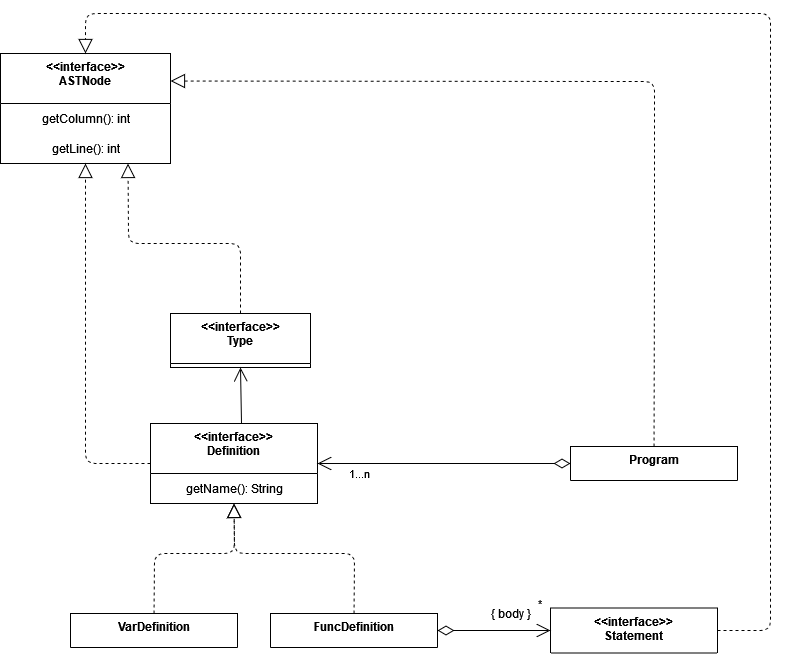
Before: program.drawio.png, a diagram exported from draw.io (uo265488/DLP). Source tidied: cells renumbered, new cells last; positions are measured from the earlier drawing's top-left corner, leaving out a move shared by most shapes.
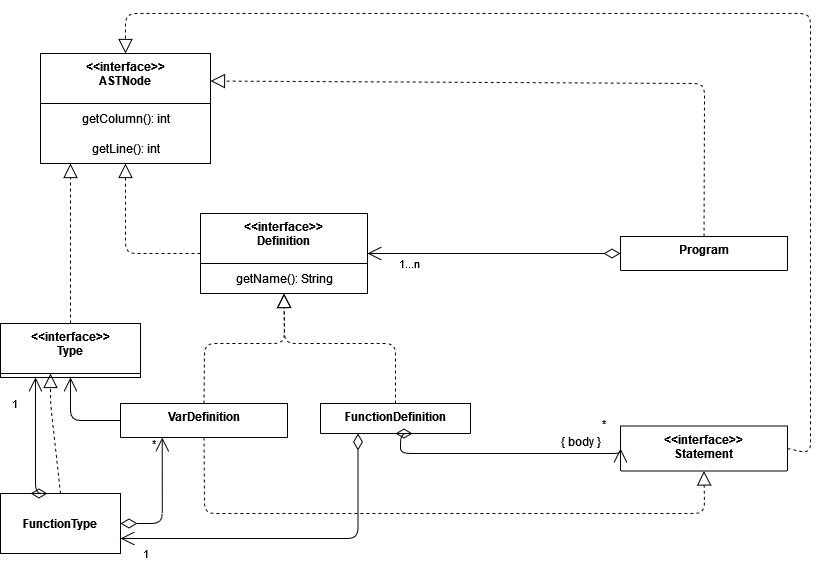
Later version of the same file.

The edit, as a diff of the source:
```diff
@@ -2,8 +2,12 @@
   <root>
     <mxCell id="0" />
     <mxCell id="1" parent="0" />
-    <mxCell id="2" style="endArrow=open;endFill=1;endSize=12;html=1;exitX=0.545;exitY=0.013;exitDx=0;exitDy=0;entryX=0.5;entryY=1;entryDx=0;entryDy=0;exitPerimeter=0;" parent="1" edge="1" source="4" target="11">
-      <mxGeometry relative="1" as="geometry" />
+    <mxCell id="2" style="endArrow=open;endFill=1;endSize=12;html=1;exitX=0;exitY=0.5;exitDx=0;exitDy=0;entryX=0.5;entryY=1;entryDx=0;entryDy=0;" parent="1" edge="1" source="8" target="11">
+      <mxGeometry relative="1" as="geometry">
+        <Array as="points">
+          <mxPoint x="20" y="617" />
+        </Array>
+      </mxGeometry>
     </mxCell>
     <mxCell id="3" value="Program" style="swimlane;fontStyle=1;align=center;verticalAlign=top;horizontal=1;startSize=34;" parent="1" vertex="1">
       <mxGeometry x="570" y="433" width="167" height="34" as="geometry" />
@@ -22,8 +26,8 @@
         </Array>
       </mxGeometry>
     </mxCell>
-    <mxCell id="7" value="FuncDefinition" style="swimlane;fontStyle=1;align=center;verticalAlign=top;horizontal=1;startSize=34;" parent="1" vertex="1">
-      <mxGeometry x="270" y="600" width="167" height="34" as="geometry" />
+    <mxCell id="7" value="FunctionDefinition" style="swimlane;fontStyle=1;align=center;verticalAlign=top;horizontal=1;startSize=34;" parent="1" vertex="1">
+      <mxGeometry x="270" y="600" width="150" height="30" as="geometry" />
     </mxCell>
     <mxCell id="8" value="VarDefinition" style="swimlane;fontStyle=1;align=center;verticalAlign=top;horizontal=1;startSize=34;" parent="1" vertex="1">
       <mxGeometry x="70" y="600" width="167" height="34" as="geometry" />
@@ -39,27 +43,36 @@
     <mxCell id="10" style="endArrow=block;dashed=1;endFill=0;endSize=12;html=1;exitX=0.5;exitY=0;exitDx=0;exitDy=0;entryX=0.5;entryY=1;entryDx=0;entryDy=0;" parent="1" edge="1" source="7" target="4">
       <mxGeometry relative="1" as="geometry">
         <Array as="points">
-          <mxPoint x="354" y="540" />
+          <mxPoint x="345" y="540" />
           <mxPoint x="234" y="540" />
         </Array>
       </mxGeometry>
     </mxCell>
     <mxCell id="11" value="&lt;&lt;interface&gt;&gt;&#10;Type&#10;" style="swimlane;fontStyle=1;align=center;verticalAlign=top;horizontal=1;startSize=50;" parent="1" vertex="1">
-      <mxGeometry x="170" y="300" width="140" height="54" as="geometry" />
+      <mxGeometry x="-50" y="520" width="140" height="54" as="geometry" />
     </mxCell>
     <mxCell id="12" value="&lt;&lt;interface&gt;&gt;&#10;Statement&#10;" style="swimlane;fontStyle=1;align=center;verticalAlign=top;horizontal=1;startSize=80;" parent="1" vertex="1">
-      <mxGeometry x="550" y="594.5" width="167" height="45" as="geometry" />
+      <mxGeometry x="570" y="622.5" width="167" height="45" as="geometry" />
     </mxCell>
-    <mxCell id="13" value="*" style="endArrow=open;html=1;endSize=12;startArrow=diamondThin;startSize=14;startFill=0;edgeStyle=orthogonalEdgeStyle;align=left;verticalAlign=bottom;entryX=0;entryY=0.5;entryDx=0;entryDy=0;exitX=1;exitY=0.5;exitDx=0;exitDy=0;" parent="1" edge="1" source="7" target="12">
-      <mxGeometry x="0.75" y="17" relative="1" as="geometry">
+    <mxCell id="13" value="*" style="endArrow=open;html=1;endSize=12;startArrow=diamondThin;startSize=14;startFill=0;edgeStyle=orthogonalEdgeStyle;align=left;verticalAlign=bottom;entryX=0;entryY=0.5;entryDx=0;entryDy=0;exitX=0.5;exitY=1;exitDx=0;exitDy=0;" parent="1" edge="1" source="7" target="12">
+      <mxGeometry x="0.8" y="20" relative="1" as="geometry">
         <Array as="points">
-          <mxPoint x="470" y="617" />
-          <mxPoint x="470" y="617" />
+          <mxPoint x="350" y="630" />
+          <mxPoint x="350" y="650" />
+          <mxPoint x="570" y="650" />
         </Array>
       </mxGeometry>
     </mxCell>
+    <mxCell id="22" style="endArrow=block;dashed=1;endFill=0;endSize=12;html=1;exitX=0.5;exitY=1;exitDx=0;exitDy=0;entryX=0.5;entryY=1;entryDx=0;entryDy=0;" parent="1" edge="1" source="8" target="12">
+      <mxGeometry relative="1" as="geometry">
+        <Array as="points">
+          <mxPoint x="154" y="710" />
+          <mxPoint x="654" y="710" />
+        </Array>
+      </mxGeometry>
+    </mxCell>
     <mxCell id="14" value="&lt;&lt;interface&gt;&gt;&#10;ASTNode&#10;" style="swimlane;fontStyle=1;align=center;verticalAlign=top;horizontal=1;startSize=50;" parent="1" vertex="1">
-      <mxGeometry y="40" width="170" height="110" as="geometry" />
+      <mxGeometry x="-10" y="250" width="170" height="110" as="geometry" />
     </mxCell>
     <mxCell id="15" value="getColumn(): int" style="text;html=1;align=center;verticalAlign=middle;strokeColor=none;fillColor=none;" parent="14" vertex="1">
       <mxGeometry y="50" width="170" height="30" as="geometry" />
@@ -70,37 +83,68 @@
     <mxCell id="17" style="endArrow=block;dashed=1;endFill=0;endSize=12;html=1;exitX=0;exitY=0.5;exitDx=0;exitDy=0;entryX=0.5;entryY=1;entryDx=0;entryDy=0;" parent="1" edge="1" source="4" target="14">
       <mxGeometry relative="1" as="geometry">
         <Array as="points">
-          <mxPoint x="85" y="450" />
+          <mxPoint x="75" y="450" />
         </Array>
       </mxGeometry>
     </mxCell>
-    <mxCell id="18" style="endArrow=block;dashed=1;endFill=0;endSize=12;html=1;exitX=0.5;exitY=0;exitDx=0;exitDy=0;entryX=0.75;entryY=1;entryDx=0;entryDy=0;" parent="1" edge="1" source="11" target="14">
+    <mxCell id="18" style="endArrow=block;dashed=1;endFill=0;endSize=12;html=1;exitX=0.5;exitY=0;exitDx=0;exitDy=0;" parent="1" edge="1" source="11">
       <mxGeometry relative="1" as="geometry">
+        <mxPoint x="20" y="360" as="targetPoint" />
         <Array as="points">
-          <mxPoint x="240" y="230" />
-          <mxPoint x="128" y="230" />
+          <mxPoint x="20" y="440" />
         </Array>
       </mxGeometry>
     </mxCell>
     <mxCell id="19" style="endArrow=block;dashed=1;endFill=0;endSize=12;html=1;exitX=0.5;exitY=0;exitDx=0;exitDy=0;entryX=1;entryY=0.25;entryDx=0;entryDy=0;" parent="1" edge="1" source="3" target="14">
       <mxGeometry relative="1" as="geometry">
         <Array as="points">
-          <mxPoint x="654" y="238" />
-          <mxPoint x="654" y="68" />
+          <mxPoint x="654" y="280" />
         </Array>
       </mxGeometry>
     </mxCell>
     <mxCell id="20" value="{ body }" style="text;html=1;align=center;verticalAlign=middle;strokeColor=none;fillColor=none;" parent="1" vertex="1">
-      <mxGeometry x="480" y="585" width="60" height="30" as="geometry" />
+      <mxGeometry x="500" y="622.5" width="60" height="30" as="geometry" />
     </mxCell>
     <mxCell id="21" style="endArrow=block;dashed=1;endFill=0;endSize=12;html=1;exitX=1;exitY=0.5;exitDx=0;exitDy=0;entryX=0.5;entryY=0;entryDx=0;entryDy=0;" parent="1" edge="1" source="12" target="14">
       <mxGeometry relative="1" as="geometry">
         <Array as="points">
-          <mxPoint x="770" y="617" />
-          <mxPoint x="770" />
-          <mxPoint x="85" />
+          <mxPoint x="760" y="650" />
+          <mxPoint x="760" y="210" />
+          <mxPoint x="75" y="210" />
         </Array>
       </mxGeometry>
     </mxCell>
+    <mxCell id="23" value="&lt;b&gt;FunctionType&lt;/b&gt;" style="whiteSpace=wrap;html=1;" parent="1" vertex="1">
+      <mxGeometry x="-50" y="690" width="120" height="60" as="geometry" />
+    </mxCell>
+    <mxCell id="24" value="1" style="endArrow=open;html=1;endSize=12;startArrow=diamondThin;startSize=14;startFill=0;edgeStyle=orthogonalEdgeStyle;align=left;verticalAlign=bottom;entryX=0.25;entryY=1;entryDx=0;entryDy=0;exitX=0.25;exitY=0;exitDx=0;exitDy=0;" parent="1" edge="1" source="23" target="11">
+      <mxGeometry x="0.41" y="25" relative="1" as="geometry">
+        <Array as="points">
+          <mxPoint x="-15" y="690" />
+        </Array>
+      </mxGeometry>
+    </mxCell>
+    <mxCell id="25" value="*" style="endArrow=open;html=1;endSize=12;startArrow=diamondThin;startSize=14;startFill=0;edgeStyle=orthogonalEdgeStyle;align=left;verticalAlign=bottom;entryX=0.25;entryY=1;entryDx=0;entryDy=0;exitX=1;exitY=0.5;exitDx=0;exitDy=0;" parent="1" edge="1" source="23" target="8">
+      <mxGeometry x="0.75" y="12" relative="1" as="geometry">
+        <Array as="points">
+          <mxPoint x="112" y="720" />
+        </Array>
+      </mxGeometry>
+    </mxCell>
+    <mxCell id="26" value="1" style="endArrow=open;html=1;endSize=12;startArrow=diamondThin;startSize=14;startFill=0;edgeStyle=orthogonalEdgeStyle;align=left;verticalAlign=bottom;entryX=1;entryY=0.75;entryDx=0;entryDy=0;exitX=0.25;exitY=1;exitDx=0;exitDy=0;" parent="1" edge="1" source="7" target="23">
+      <mxGeometry x="0.88" y="25" relative="1" as="geometry">
+        <Array as="points">
+          <mxPoint x="308" y="735" />
+        </Array>
+      </mxGeometry>
+    </mxCell>
+    <mxCell id="27" style="endArrow=block;dashed=1;endFill=0;endSize=12;html=1;exitX=0.5;exitY=0;exitDx=0;exitDy=0;" parent="1" edge="1" source="23">
+      <mxGeometry relative="1" as="geometry">
+        <mxPoint y="570" as="targetPoint" />
+        <Array as="points">
+          <mxPoint y="600" />
+        </Array>
+      </mxGeometry>
+    </mxCell>
   </root>
 </mxGraphModel>
```
